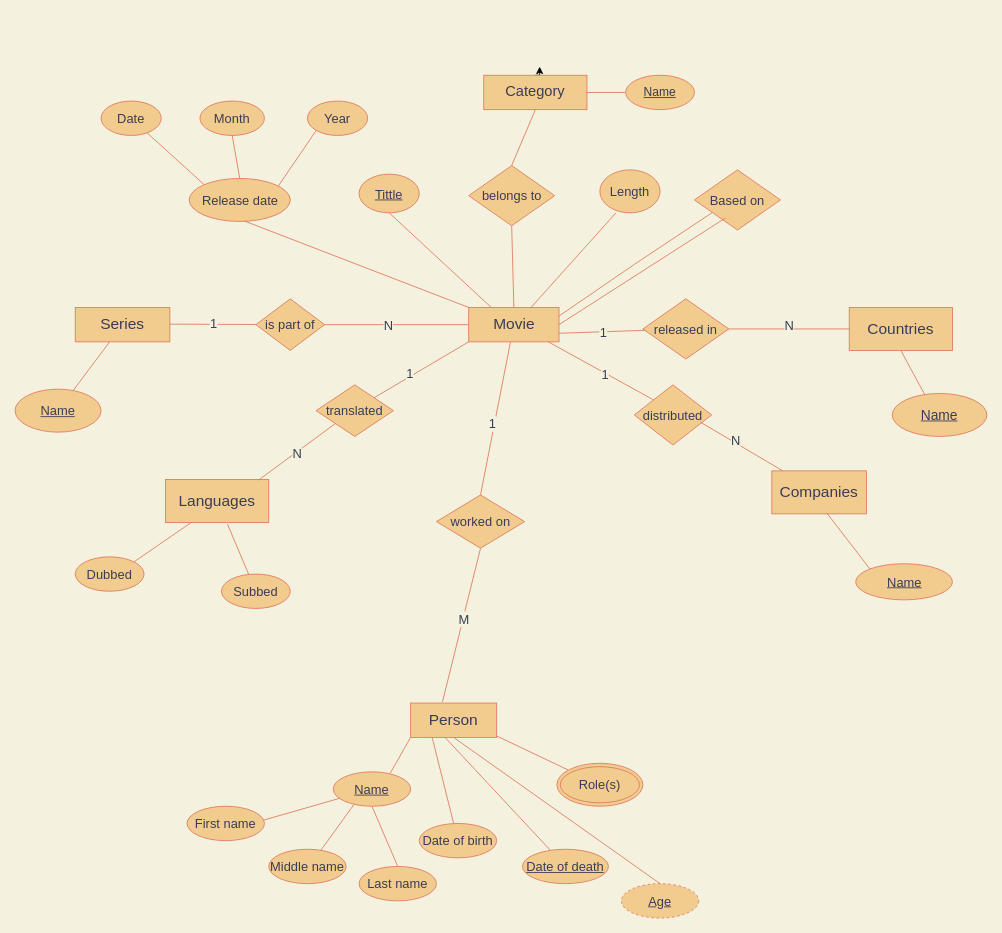
This is Database Entity-relationship model.drawio from anniehuynh/Database-Entity-relationship-model, a draw.io file, before an edit. Source tidied: cells renumbered, new cells numbered last; positions are measured from the earlier drawing's top-left corner, leaving out a move shared by most shapes. Both pictures are drawn from the tidied source at 86%, with x=0, y=0 at pixel (15, 66).
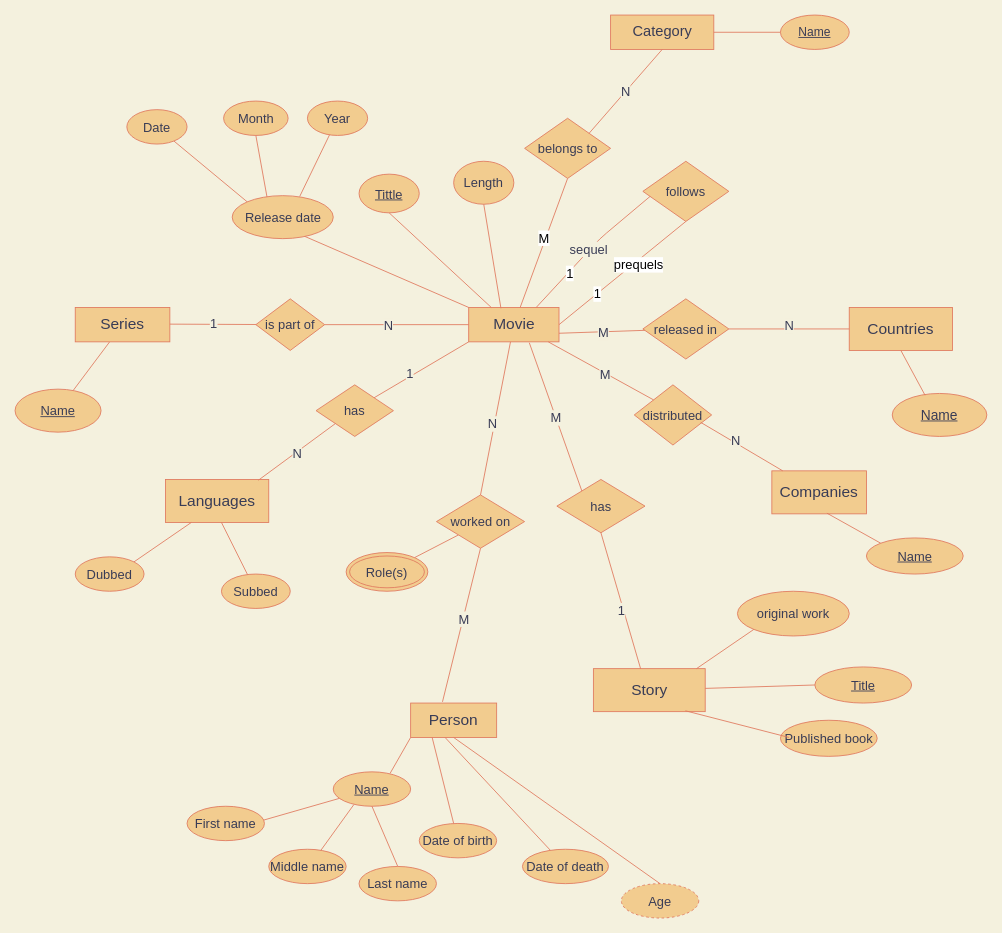
The same diagram, later.

Unchanged cells that the change refers to:
```xml
<mxCell id="2" value="&lt;font style=&quot;font-size: 18px&quot;&gt;Movie&lt;/font&gt;" style="rounded=0;whiteSpace=wrap;html=1;fillColor=#F2CC8F;strokeColor=#E07A5F;fontColor=#393C56;" parent="1" vertex="1">
  <mxGeometry x="527.5" y="280" width="105" height="40" as="geometry" />
</mxCell>
<mxCell id="5" value="&lt;font style=&quot;font-size: 18px&quot;&gt;Languages&lt;/font&gt;" style="rounded=0;whiteSpace=wrap;html=1;fillColor=#F2CC8F;strokeColor=#E07A5F;fontColor=#393C56;" parent="1" vertex="1">
  <mxGeometry x="175" y="480" width="120" height="50" as="geometry" />
</mxCell>
<mxCell id="14" value="Year" style="ellipse;whiteSpace=wrap;html=1;rounded=0;sketch=0;strokeColor=#E07A5F;fillColor=#F2CC8F;fontSize=15;fontColor=#393C56;" parent="1" vertex="1">
  <mxGeometry x="340" y="40" width="70" height="40" as="geometry" />
</mxCell>
<mxCell id="43" value="Subbed" style="ellipse;whiteSpace=wrap;html=1;rounded=0;fontColor=#393C56;strokeColor=#E07A5F;fillColor=#F2CC8F;fontSize=15;" parent="1" vertex="1">
  <mxGeometry x="240" y="590" width="80" height="40" as="geometry" />
</mxCell>
<mxCell id="46" style="endArrow=none;html=1;strokeColor=#E07A5F;fillColor=#F2CC8F;fontSize=15;fontColor=#393C56;exitX=1;exitY=0.75;exitDx=0;exitDy=0;labelBackgroundColor=#F4F1DE;" parent="1" edge="1" source="2" target="45">
  <mxGeometry relative="1" as="geometry" />
</mxCell>
<mxCell id="62" style="endArrow=none;html=1;strokeColor=#E07A5F;fillColor=#F2CC8F;fontSize=15;fontColor=#393C56;exitX=0;exitY=0;exitDx=0;exitDy=0;labelBackgroundColor=#F4F1DE;" parent="1" edge="1" source="61">
  <mxGeometry relative="1" as="geometry">
    <mxPoint x="620" y="320" as="targetPoint" />
  </mxGeometry>
</mxCell>
<mxCell id="66" value="worked on" style="rhombus;whiteSpace=wrap;html=1;rounded=0;sketch=0;strokeColor=#E07A5F;fillColor=#F2CC8F;fontSize=15;fontColor=#393C56;" parent="1" vertex="1">
  <mxGeometry x="490" y="498" width="102.5" height="62" as="geometry" />
</mxCell>
<mxCell id="69" style="endArrow=none;html=1;strokeColor=#E07A5F;fillColor=#F2CC8F;fontSize=15;fontColor=#393C56;exitX=0.5;exitY=0;exitDx=0;exitDy=0;labelBackgroundColor=#F4F1DE;" parent="1" edge="1" source="66" target="2">
  <mxGeometry relative="1" as="geometry" />
</mxCell>
```

Change to the diagram source:
```diff
@@
     <mxCell id="9" value="&lt;font style=&quot;font-size: 15px&quot;&gt;&lt;u&gt;Name&lt;/u&gt;&lt;/font&gt;" style="ellipse;whiteSpace=wrap;html=1;rounded=0;fontColor=#393C56;strokeColor=#E07A5F;fillColor=#F2CC8F;sketch=0;" parent="1" vertex="1">
-      <mxGeometry x="977.5" y="578" width="112.5" height="42" as="geometry" />
+      <mxGeometry x="990" y="548" width="112.5" height="42" as="geometry" />
     </mxCell>
@@
     <mxCell id="12" value="Date" style="ellipse;whiteSpace=wrap;html=1;rounded=0;sketch=0;strokeColor=#E07A5F;fillColor=#F2CC8F;fontSize=15;fontColor=#393C56;" parent="1" vertex="1">
-      <mxGeometry x="100" y="40" width="70" height="40" as="geometry" />
+      <mxGeometry x="130" y="50" width="70" height="40" as="geometry" />
     </mxCell>
     <mxCell id="13" value="Month" style="ellipse;whiteSpace=wrap;html=1;rounded=0;sketch=0;strokeColor=#E07A5F;fillColor=#F2CC8F;fontSize=15;fontColor=#393C56;" parent="1" vertex="1">
-      <mxGeometry x="215" y="40" width="75" height="40" as="geometry" />
+      <mxGeometry x="242.5" y="40" width="75" height="40" as="geometry" />
     </mxCell>
@@
-    <mxCell id="16" style="endArrow=none;html=1;strokeColor=#E07A5F;fillColor=#F2CC8F;fontSize=15;fontColor=#393C56;exitX=0.5;exitY=0;exitDx=0;exitDy=0;entryX=0.5;entryY=1;entryDx=0;entryDy=0;labelBackgroundColor=#F4F1DE;" parent="1" edge="1" source="80" target="13">
+    <mxCell id="16" style="endArrow=none;html=1;strokeColor=#E07A5F;fillColor=#F2CC8F;fontSize=15;fontColor=#393C56;exitX=0.345;exitY=0.04;exitDx=0;exitDy=0;entryX=0.5;entryY=1;entryDx=0;entryDy=0;labelBackgroundColor=#F4F1DE;exitPerimeter=0;" parent="1" edge="1" source="80" target="13">
       <mxGeometry relative="1" as="geometry" />
     </mxCell>
-    <mxCell id="17" style="endArrow=none;html=1;strokeColor=#E07A5F;fillColor=#F2CC8F;fontSize=15;fontColor=#393C56;entryX=0;entryY=1;entryDx=0;entryDy=0;exitX=0.931;exitY=-0.025;exitDx=0;exitDy=0;exitPerimeter=0;labelBackgroundColor=#F4F1DE;" parent="1" edge="1" target="14">
-      <mxGeometry relative="1" as="geometry">
-        <mxPoint x="306" y="139" as="sourcePoint" />
-      </mxGeometry>
+    <mxCell id="17" style="endArrow=none;html=1;strokeColor=#E07A5F;fillColor=#F2CC8F;fontSize=15;fontColor=#393C56;exitX=0.668;exitY=0.02;exitDx=0;exitDy=0;exitPerimeter=0;labelBackgroundColor=#F4F1DE;" parent="1" edge="1" source="80" target="14">
+      <mxGeometry relative="1" as="geometry" />
     </mxCell>
@@
     <mxCell id="19" value="Length" style="ellipse;whiteSpace=wrap;html=1;rounded=0;sketch=0;strokeColor=#E07A5F;fillColor=#F2CC8F;fontSize=15;fontColor=#393C56;" parent="1" vertex="1">
-      <mxGeometry x="680" y="120" width="70" height="50" as="geometry" />
+      <mxGeometry x="510" y="110" width="70" height="50" as="geometry" />
     </mxCell>
-    <mxCell id="20" style="endArrow=none;html=1;strokeColor=#E07A5F;fillColor=#F2CC8F;fontSize=15;fontColor=#393C56;entryX=0.267;entryY=1;entryDx=0;entryDy=0;entryPerimeter=0;labelBackgroundColor=#F4F1DE;" parent="1" edge="1" target="19">
-      <mxGeometry relative="1" as="geometry">
-        <mxPoint x="600" y="280" as="sourcePoint" />
-      </mxGeometry>
+    <mxCell id="20" style="endArrow=none;html=1;strokeColor=#E07A5F;fillColor=#F2CC8F;fontSize=15;fontColor=#393C56;entryX=0.5;entryY=1;entryDx=0;entryDy=0;labelBackgroundColor=#F4F1DE;exitX=0.357;exitY=0.025;exitDx=0;exitDy=0;exitPerimeter=0;" parent="1" edge="1" source="2" target="19">
+      <mxGeometry relative="1" as="geometry" />
     </mxCell>
-    <mxCell id="21" style="endArrow=none;html=1;strokeColor=#E07A5F;fillColor=#F2CC8F;fontSize=15;fontColor=#393C56;exitX=0.5;exitY=0;exitDx=0;exitDy=0;labelBackgroundColor=#F4F1DE;entryX=0.5;entryY=1;entryDx=0;entryDy=0;" parent="1" edge="1" source="2" target="78">
+    <mxCell id="21" style="endArrow=none;html=1;strokeColor=#E07A5F;fillColor=#F2CC8F;fontSize=15;fontColor=#393C56;labelBackgroundColor=#F4F1DE;entryX=0.5;entryY=1;entryDx=0;entryDy=0;" parent="1" edge="1" source="2" target="78">
       <mxGeometry relative="1" as="geometry" />
     </mxCell>
+    <mxCell id="81" value="M" style="edgeLabel;html=1;align=center;verticalAlign=middle;fontSize=15;" parent="21" vertex="1">
+      <mxGeometry x="0.07" y="3" relative="1" as="geometry" />
+    </mxCell>
@@
-    <mxCell id="30" value="&lt;u&gt;Age&lt;/u&gt;" style="ellipse;whiteSpace=wrap;html=1;rounded=0;sketch=0;strokeColor=#E07A5F;fillColor=#F2CC8F;fontSize=15;fontColor=#393C56;dashed=1;" parent="1" vertex="1">
+    <mxCell id="30" value="Age" style="ellipse;whiteSpace=wrap;html=1;rounded=0;sketch=0;strokeColor=#E07A5F;fillColor=#F2CC8F;fontSize=15;fontColor=#393C56;dashed=1;" parent="1" vertex="1">
       <mxGeometry x="705" y="950" width="90" height="40" as="geometry" />
     </mxCell>
-    <mxCell id="31" style="endArrow=none;html=1;strokeColor=#E07A5F;fillColor=#F2CC8F;fontSize=15;fontColor=#393C56;entryX=0.25;entryY=1;entryDx=0;entryDy=0;labelBackgroundColor=#F4F1DE;" parent="1" edge="1" source="38">
-      <mxGeometry relative="1" as="geometry">
-        <mxPoint x="560" y="778.3" as="targetPoint" />
-      </mxGeometry>
+    <mxCell id="31" style="endArrow=none;html=1;strokeColor=#E07A5F;fillColor=#F2CC8F;fontSize=15;fontColor=#393C56;entryX=0;entryY=1;entryDx=0;entryDy=0;labelBackgroundColor=#F4F1DE;" parent="1" edge="1" source="38" target="66">
+      <mxGeometry relative="1" as="geometry" />
     </mxCell>
@@
-    <mxCell id="35" value="&lt;u&gt;Date of death&lt;/u&gt;" style="ellipse;whiteSpace=wrap;html=1;rounded=0;sketch=0;strokeColor=#E07A5F;fillColor=#F2CC8F;fontSize=15;fontColor=#393C56;" parent="1" vertex="1">
+    <mxCell id="35" value="Date of death" style="ellipse;whiteSpace=wrap;html=1;rounded=0;sketch=0;strokeColor=#E07A5F;fillColor=#F2CC8F;fontSize=15;fontColor=#393C56;" parent="1" vertex="1">
       <mxGeometry x="590" y="910" width="100" height="40" as="geometry" />
     </mxCell>
@@
     <mxCell id="38" value="Role(s)" style="ellipse;shape=doubleEllipse;whiteSpace=wrap;html=1;rounded=0;sketch=0;strokeColor=#E07A5F;fillColor=#F2CC8F;fontSize=15;fontColor=#393C56;" parent="1" vertex="1">
-      <mxGeometry x="630" y="810" width="100" height="50" as="geometry" />
+      <mxGeometry x="385" y="565" width="95" height="45" as="geometry" />
     </mxCell>
@@
-    <mxCell id="44" style="endArrow=none;html=1;strokeColor=#E07A5F;fillColor=#F2CC8F;fontSize=15;fontColor=#393C56;entryX=0.6;entryY=1.04;entryDx=0;entryDy=0;entryPerimeter=0;labelBackgroundColor=#F4F1DE;" parent="1" edge="1" source="43" target="5">
-      <mxGeometry relative="1" as="geometry" />
+    <mxCell id="44" style="endArrow=none;html=1;strokeColor=#E07A5F;fillColor=#F2CC8F;fontSize=15;fontColor=#393C56;labelBackgroundColor=#F4F1DE;" parent="1" edge="1" source="43">
+      <mxGeometry relative="1" as="geometry">
+        <mxPoint x="240" y="530" as="targetPoint" />
+      </mxGeometry>
     </mxCell>
@@
-    <mxCell id="47" value="1" style="edgeLabel;html=1;align=center;verticalAlign=middle;fontSize=15;fontColor=#393C56;labelBackgroundColor=#F4F1DE;" parent="46" vertex="1">
+    <mxCell id="47" value="M" style="edgeLabel;html=1;align=center;verticalAlign=middle;fontSize=15;fontColor=#393C56;labelBackgroundColor=#F4F1DE;" parent="46" vertex="1">
       <mxGeometry x="0.02" relative="1" as="geometry" />
     </mxCell>
@@
-    <mxCell id="50" value="translated" style="rhombus;whiteSpace=wrap;html=1;rounded=0;sketch=0;strokeColor=#E07A5F;fillColor=#F2CC8F;fontSize=15;fontColor=#393C56;" parent="1" vertex="1">
+    <mxCell id="50" value="has" style="rhombus;whiteSpace=wrap;html=1;rounded=0;sketch=0;strokeColor=#E07A5F;fillColor=#F2CC8F;fontSize=15;fontColor=#393C56;" parent="1" vertex="1">
       <mxGeometry x="350" y="370" width="90" height="60" as="geometry" />
     </mxCell>
@@
-    <mxCell id="60" style="endArrow=none;html=1;strokeColor=#E07A5F;fillColor=#F2CC8F;fontSize=15;fontColor=#393C56;labelBackgroundColor=#F4F1DE;entryX=0.5;entryY=1;entryDx=0;entryDy=0;exitX=0;exitY=0;exitDx=0;exitDy=0;" parent="1" edge="1" source="2">
-      <mxGeometry relative="1" as="geometry">
-        <mxPoint x="255" y="175" as="targetPoint" />
-      </mxGeometry>
+    <mxCell id="60" style="endArrow=none;html=1;strokeColor=#E07A5F;fillColor=#F2CC8F;fontSize=15;fontColor=#393C56;labelBackgroundColor=#F4F1DE;entryX=0.711;entryY=0.94;entryDx=0;entryDy=0;exitX=0;exitY=0;exitDx=0;exitDy=0;entryPerimeter=0;" parent="1" edge="1" source="2" target="80">
+      <mxGeometry relative="1" as="geometry" />
     </mxCell>
@@
-    <mxCell id="63" value="1" style="edgeLabel;html=1;align=center;verticalAlign=middle;fontSize=15;fontColor=#393C56;labelBackgroundColor=#F4F1DE;" parent="62" vertex="1">
+    <mxCell id="63" value="M" style="edgeLabel;html=1;align=center;verticalAlign=middle;fontSize=15;fontColor=#393C56;labelBackgroundColor=#F4F1DE;" parent="62" vertex="1">
       <mxGeometry x="-0.08" y="1" relative="1" as="geometry" />
     </mxCell>
@@
-    <mxCell id="70" value="1" style="edgeLabel;html=1;align=center;verticalAlign=middle;fontSize=15;fontColor=#393C56;labelBackgroundColor=#F4F1DE;" parent="69" vertex="1">
+    <mxCell id="70" value="N" style="edgeLabel;html=1;align=center;verticalAlign=middle;fontSize=15;fontColor=#393C56;labelBackgroundColor=#F4F1DE;" parent="69" vertex="1">
       <mxGeometry x="-0.06" y="3" relative="1" as="geometry" />
     </mxCell>
-    <mxCell id="71" style="endArrow=none;html=1;strokeColor=#E07A5F;fillColor=#F2CC8F;fontSize=15;fontColor=#393C56;exitX=1;exitY=0.25;exitDx=0;exitDy=0;labelBackgroundColor=#F4F1DE;" parent="1" edge="1" source="2">
+    <mxCell id="71" value="sequel&amp;nbsp;" style="endArrow=none;html=1;strokeColor=#E07A5F;fillColor=#F2CC8F;fontSize=15;fontColor=#393C56;labelBackgroundColor=#F4F1DE;entryX=0.095;entryY=0.571;entryDx=0;entryDy=0;entryPerimeter=0;" parent="1" edge="1" target="72">
       <mxGeometry relative="1" as="geometry">
-        <mxPoint x="816.1" y="166.1" as="targetPoint" />
+        <mxPoint x="606" y="280" as="sourcePoint" />
         <Array as="points">
-          <mxPoint x="720" y="230" />
+          <mxPoint x="680" y="200" />
         </Array>
       </mxGeometry>
     </mxCell>
+    <mxCell id="82" value="&lt;font style=&quot;font-size: 15px&quot;&gt;1&lt;/font&gt;" style="edgeLabel;html=1;align=center;verticalAlign=middle;" parent="71" vertex="1">
+      <mxGeometry x="0.11" y="54" relative="1" as="geometry">
+        <mxPoint x="8" y="73" as="offset" />
+      </mxGeometry>
+    </mxCell>
-    <mxCell id="72" value="Based on" style="rhombus;whiteSpace=wrap;html=1;rounded=0;sketch=0;strokeColor=#E07A5F;fillColor=#F2CC8F;fontSize=15;fontColor=#393C56;" parent="1" vertex="1">
-      <mxGeometry x="790" y="120" width="100" height="70" as="geometry" />
+    <mxCell id="72" value="follows" style="rhombus;whiteSpace=wrap;html=1;rounded=0;sketch=0;strokeColor=#E07A5F;fillColor=#F2CC8F;fontSize=15;fontColor=#393C56;" parent="1" vertex="1">
+      <mxGeometry x="730" y="110" width="100" height="70" as="geometry" />
     </mxCell>
-    <mxCell id="73" style="endArrow=none;html=1;strokeColor=#E07A5F;fillColor=#F2CC8F;fontSize=15;fontColor=#393C56;exitX=1;exitY=0.5;exitDx=0;exitDy=0;labelBackgroundColor=#F4F1DE;" parent="1" edge="1" source="2">
-      <mxGeometry relative="1" as="geometry">
-        <mxPoint x="826" y="176" as="targetPoint" />
-      </mxGeometry>
+    <mxCell id="73" style="endArrow=none;html=1;strokeColor=#E07A5F;fillColor=#F2CC8F;fontSize=15;fontColor=#393C56;exitX=1;exitY=0.5;exitDx=0;exitDy=0;labelBackgroundColor=#F4F1DE;entryX=0.5;entryY=1;entryDx=0;entryDy=0;" parent="1" edge="1" source="2" target="72">
+      <mxGeometry relative="1" as="geometry" />
     </mxCell>
-    <mxCell id="74" style="edgeStyle=orthogonalEdgeStyle;rounded=0;jettySize=auto;html=1;exitX=0.5;exitY=0;exitDx=0;exitDy=0;" parent="1" edge="1" source="75">
-      <mxGeometry relative="1" as="geometry">
-        <mxPoint x="610" as="targetPoint" />
-      </mxGeometry>
-    </mxCell>
+    <mxCell id="83" value="&lt;font style=&quot;font-size: 15px&quot;&gt;1&lt;/font&gt;" style="edgeLabel;html=1;align=center;verticalAlign=middle;" parent="73" vertex="1">
+      <mxGeometry x="-0.4" y="1" relative="1" as="geometry" />
+    </mxCell>
+    <mxCell id="84" value="prequels" style="edgeLabel;html=1;align=center;verticalAlign=middle;fontSize=15;" parent="73" vertex="1">
+      <mxGeometry x="0.22" y="-3" relative="1" as="geometry" />
+    </mxCell>
     <mxCell id="75" value="Category" style="rounded=0;whiteSpace=wrap;html=1;fillColor=#F2CC8F;strokeColor=#E07A5F;fontColor=#393C56;fontSize=17;" parent="1" vertex="1">
-      <mxGeometry x="545" y="10" width="120" height="40" as="geometry" />
+      <mxGeometry x="692.5" y="-60" width="120" height="40" as="geometry" />
     </mxCell>
@@
     <mxCell id="77" value="Name" style="ellipse;whiteSpace=wrap;html=1;rounded=0;sketch=0;strokeColor=#E07A5F;fillColor=#F2CC8F;fontSize=14;fontColor=#393C56;fontStyle=4;" parent="1" vertex="1">
-      <mxGeometry x="710" y="10" width="80" height="40" as="geometry" />
+      <mxGeometry x="890" y="-60" width="80" height="40" as="geometry" />
     </mxCell>
     <mxCell id="78" value="belongs to" style="rhombus;whiteSpace=wrap;html=1;rounded=0;sketch=0;strokeColor=#E07A5F;fillColor=#F2CC8F;fontSize=15;fontColor=#393C56;" parent="1" vertex="1">
-      <mxGeometry x="527.5" y="115" width="100" height="70" as="geometry" />
+      <mxGeometry x="592.5" y="60" width="100" height="70" as="geometry" />
     </mxCell>
-    <mxCell id="79" style="endArrow=none;html=1;strokeColor=#E07A5F;fillColor=#F2CC8F;fontSize=15;fontColor=#393C56;entryX=0.5;entryY=1;entryDx=0;entryDy=0;labelBackgroundColor=#F4F1DE;exitX=0.5;exitY=0;exitDx=0;exitDy=0;" parent="1" edge="1" source="78" target="75">
+    <mxCell id="79" value="N" style="endArrow=none;html=1;strokeColor=#E07A5F;fillColor=#F2CC8F;fontSize=15;fontColor=#393C56;entryX=0.5;entryY=1;entryDx=0;entryDy=0;labelBackgroundColor=#F4F1DE;exitX=1;exitY=0;exitDx=0;exitDy=0;" parent="1" edge="1" source="78" target="75">
       <mxGeometry relative="1" as="geometry" />
     </mxCell>
     <mxCell id="80" value="&lt;font style=&quot;font-size: 15px&quot;&gt;&lt;span&gt;Release date&lt;/span&gt;&lt;/font&gt;" style="ellipse;whiteSpace=wrap;html=1;rounded=0;fontSize=18;fontColor=#393C56;strokeColor=#E07A5F;fillColor=#F2CC8F;fontStyle=0;" parent="1" vertex="1">
-      <mxGeometry x="202.5" y="130" width="117.5" height="50" as="geometry" />
+      <mxGeometry x="252.5" y="150" width="117.5" height="50" as="geometry" />
     </mxCell>
+    <mxCell id="85" value="M" style="endArrow=none;html=1;strokeColor=#E07A5F;fillColor=#F2CC8F;fontSize=15;fontColor=#393C56;labelBackgroundColor=#F4F1DE;entryX=0.671;entryY=1.025;entryDx=0;entryDy=0;entryPerimeter=0;" parent="1" edge="1" target="2">
+      <mxGeometry relative="1" as="geometry">
+        <mxPoint x="660" y="496" as="sourcePoint" />
+      </mxGeometry>
+    </mxCell>
+    <mxCell id="86" value="has" style="rhombus;whiteSpace=wrap;html=1;rounded=0;sketch=0;strokeColor=#E07A5F;fillColor=#F2CC8F;fontSize=15;fontColor=#393C56;" parent="1" vertex="1">
+      <mxGeometry x="630" y="480" width="102.5" height="62" as="geometry" />
+    </mxCell>
+    <mxCell id="87" style="endArrow=none;html=1;strokeColor=#E07A5F;fillColor=#F2CC8F;fontSize=15;fontColor=#393C56;labelBackgroundColor=#F4F1DE;entryX=0.5;entryY=1;entryDx=0;entryDy=0;" parent="1" edge="1" target="86">
+      <mxGeometry relative="1" as="geometry">
+        <mxPoint x="730" y="709" as="sourcePoint" />
+      </mxGeometry>
+    </mxCell>
+    <mxCell id="88" value="1" style="edgeLabel;html=1;align=center;verticalAlign=middle;fontSize=15;fontColor=#393C56;labelBackgroundColor=#F4F1DE;" parent="87" vertex="1">
+      <mxGeometry x="-0.06" y="3" relative="1" as="geometry" />
+    </mxCell>
+    <mxCell id="89" value="&lt;span style=&quot;font-size: 18px&quot;&gt;Story&lt;/span&gt;" style="rounded=0;whiteSpace=wrap;html=1;sketch=0;strokeColor=#E07A5F;fillColor=#F2CC8F;fontSize=15;fontColor=#393C56;" parent="1" vertex="1">
+      <mxGeometry x="672.5" y="700" width="130" height="50" as="geometry" />
+    </mxCell>
+    <mxCell id="90" value="&lt;font style=&quot;font-size: 15px&quot;&gt;&lt;u&gt;Title&lt;/u&gt;&lt;/font&gt;" style="ellipse;whiteSpace=wrap;html=1;rounded=0;fontColor=#393C56;strokeColor=#E07A5F;fillColor=#F2CC8F;sketch=0;" parent="1" vertex="1">
+      <mxGeometry x="930" y="698" width="112.5" height="42" as="geometry" />
+    </mxCell>
+    <mxCell id="91" style="endArrow=none;html=1;strokeColor=#E07A5F;fillColor=#F2CC8F;fontSize=15;fontColor=#393C56;entryX=0;entryY=0.5;entryDx=0;entryDy=0;labelBackgroundColor=#F4F1DE;" parent="1" edge="1" source="89" target="90">
+      <mxGeometry relative="1" as="geometry" />
+    </mxCell>
+    <mxCell id="92" value="&lt;font style=&quot;font-size: 15px&quot;&gt;Published book&lt;/font&gt;" style="ellipse;whiteSpace=wrap;html=1;rounded=0;fontColor=#393C56;strokeColor=#E07A5F;fillColor=#F2CC8F;sketch=0;" parent="1" vertex="1">
+      <mxGeometry x="890" y="760" width="112.5" height="42" as="geometry" />
+    </mxCell>
+    <mxCell id="93" style="endArrow=none;html=1;strokeColor=#E07A5F;fillColor=#F2CC8F;fontSize=15;fontColor=#393C56;labelBackgroundColor=#F4F1DE;exitX=0.823;exitY=0.98;exitDx=0;exitDy=0;exitPerimeter=0;" parent="1" edge="1" source="89">
+      <mxGeometry relative="1" as="geometry">
+        <mxPoint x="900" y="780" as="targetPoint" />
+      </mxGeometry>
+    </mxCell>
+    <mxCell id="94" value="&lt;font style=&quot;font-size: 15px&quot;&gt;original work&lt;/font&gt;" style="ellipse;whiteSpace=wrap;html=1;rounded=0;fontColor=#393C56;strokeColor=#E07A5F;fillColor=#F2CC8F;sketch=0;" parent="1" vertex="1">
+      <mxGeometry x="840" y="610" width="130" height="52" as="geometry" />
+    </mxCell>
+    <mxCell id="95" style="endArrow=none;html=1;strokeColor=#E07A5F;fillColor=#F2CC8F;fontSize=15;fontColor=#393C56;entryX=0;entryY=1;entryDx=0;entryDy=0;labelBackgroundColor=#F4F1DE;" parent="1" edge="1" target="94">
+      <mxGeometry relative="1" as="geometry">
+        <mxPoint x="792.4" y="700" as="sourcePoint" />
+      </mxGeometry>
+    </mxCell>
```
